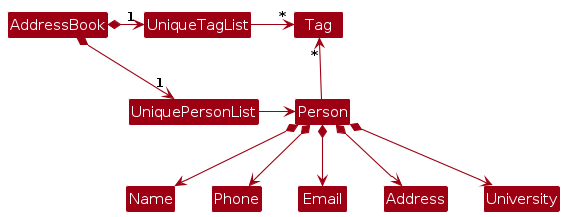
Earlier version of the PlantUML export diagrams/BetterModelClassDiagram.png (jeremychiaaaaa/tp). Its source is kept beside it as diagrams/BetterModelClassDiagram.puml. The source it was exported from:
```plantuml
@startuml
!include style.puml
skinparam arrowThickness 1.1
skinparam arrowColor MODEL_COLOR
skinparam classBackgroundColor MODEL_COLOR

AddressBook *-right-> "1" UniquePersonList
AddressBook *-right-> "1" UniqueTagList
UniqueTagList -[hidden]down- UniquePersonList
UniqueTagList -[hidden]down- UniquePersonList

UniqueTagList -right-> "*" Tag
UniquePersonList -right-> Person

Person -up-> "*" Tag

Person *--> Name
Person *--> Phone
Person *--> Email
Person *--> Address
Person *--> University
@enduml
```
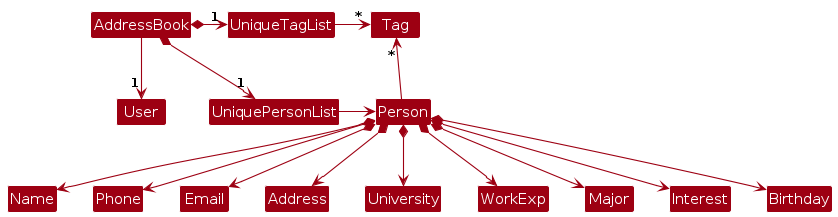
Above is the later version.

The edit, as a diff of the source:
```diff
@@ -6,6 +6,7 @@
 
 AddressBook *-right-> "1" UniquePersonList
 AddressBook *-right-> "1" UniqueTagList
+AddressBook --> "1" User
 UniqueTagList -[hidden]down- UniquePersonList
 UniqueTagList -[hidden]down- UniquePersonList
 
@@ -19,4 +20,8 @@
 Person *--> Email
 Person *--> Address
 Person *--> University
+Person *--> WorkExp
+Person *--> Major
+Person *--> Interest
+Person *--> Birthday
 @enduml
```
